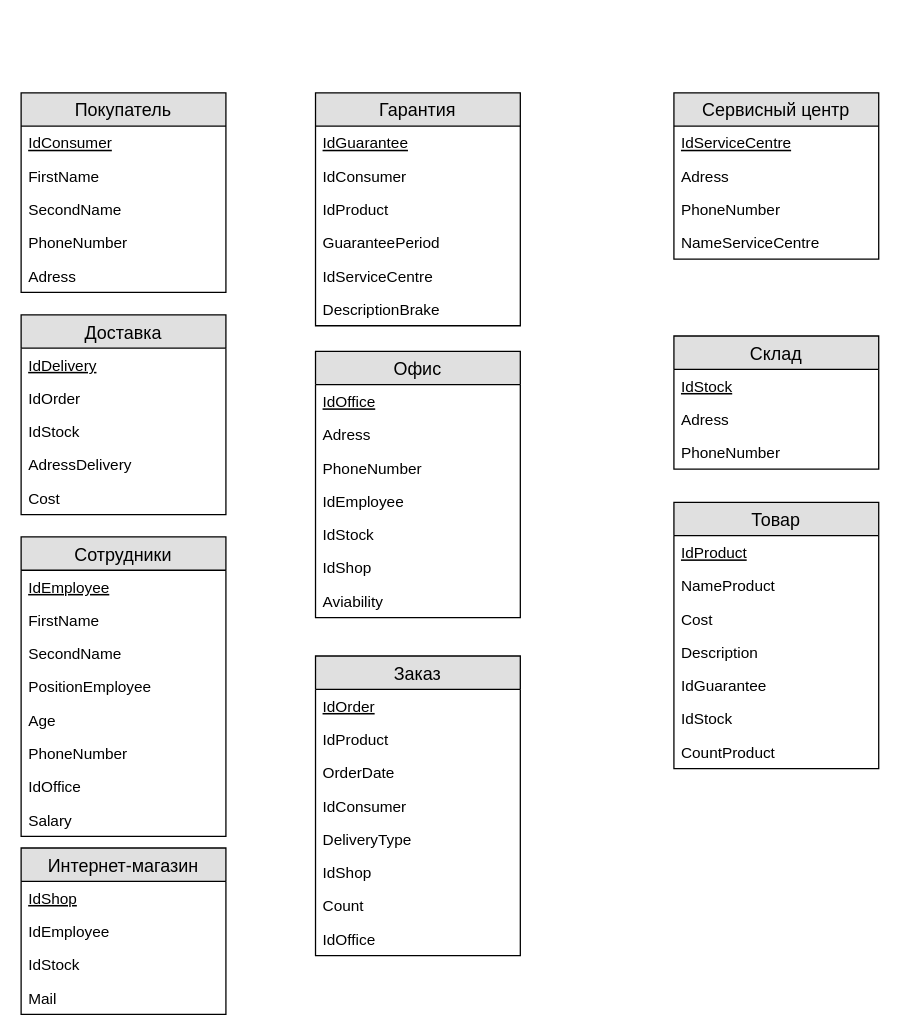
The draw.io diagram Untitled Diagram.drawio in janonsky/Pirozhok, before the edit. Source tidied: cells renumbered, new cells numbered last; positions are measured from the earlier drawing's top-left corner, leaving out a move shared by most shapes. Both pictures are drawn from the tidied source at 128%, with x=0, y=0 at pixel (20, 92).
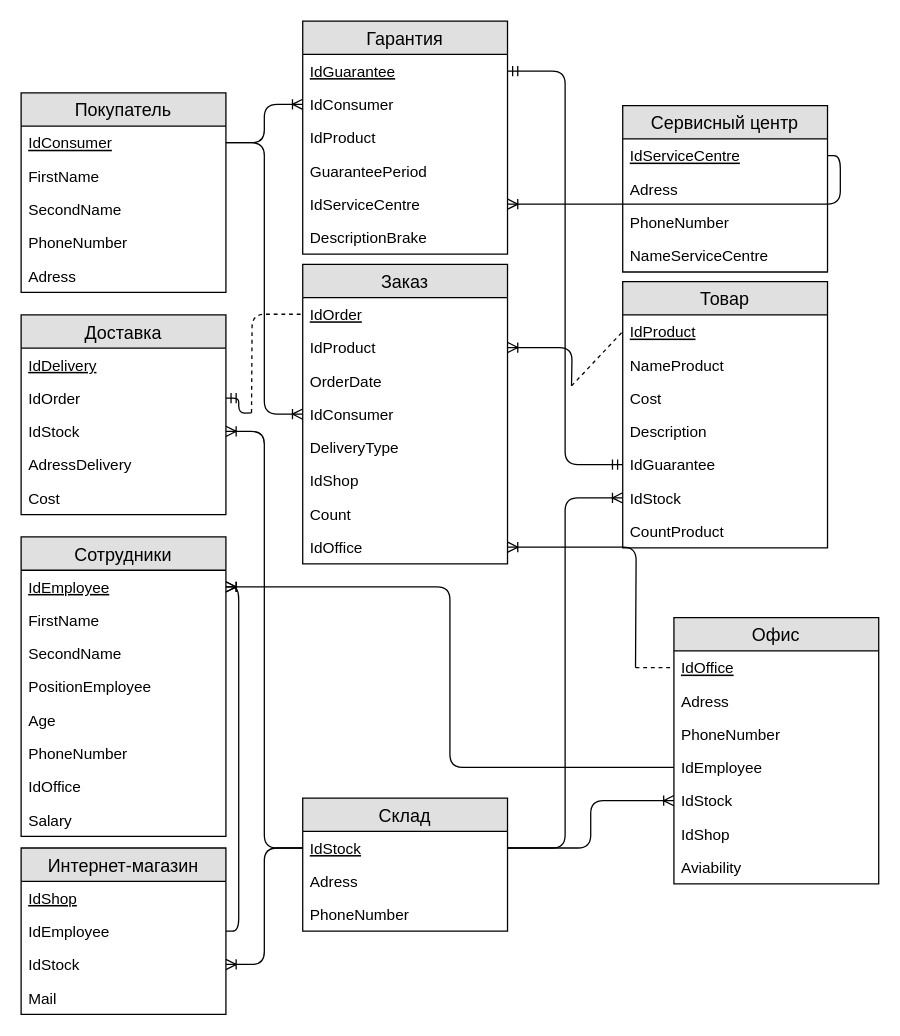
The same page after the edit.

The change refers to these unchanged cells:
```xml
<mxCell id="3" value="IdConsumer" style="text;strokeColor=none;fillColor=none;spacingLeft=4;spacingRight=4;overflow=hidden;points=[[0,0.5],[1,0.5]];portConstraint=eastwest;fontSize=12;fontStyle=4;" parent="2" vertex="1">
  <mxGeometry y="26" width="160" height="26" as="geometry" />
</mxCell>
<mxCell id="10" value="IdOrder" style="text;strokeColor=none;fillColor=none;spacingLeft=4;spacingRight=4;overflow=hidden;points=[[0,0.5],[1,0.5]];portConstraint=eastwest;fontSize=12;" parent="8" vertex="1">
  <mxGeometry y="52" width="160" height="26" as="geometry" />
</mxCell>
<mxCell id="11" value="IdStock" style="text;strokeColor=none;fillColor=none;spacingLeft=4;spacingRight=4;overflow=hidden;points=[[0,0.5],[1,0.5]];portConstraint=eastwest;fontSize=12;" parent="8" vertex="1">
  <mxGeometry y="78" width="160" height="26" as="geometry" />
</mxCell>
<mxCell id="15" value="IdEmployee" style="text;strokeColor=none;fillColor=none;spacingLeft=4;spacingRight=4;overflow=hidden;points=[[0,0.5],[1,0.5]];portConstraint=eastwest;fontSize=12;fontStyle=4;" parent="14" vertex="1">
  <mxGeometry y="26" width="160" height="26" as="geometry" />
</mxCell>
<mxCell id="25" value="IdEmployee" style="text;strokeColor=none;fillColor=none;spacingLeft=4;spacingRight=4;overflow=hidden;points=[[0,0.5],[1,0.5]];portConstraint=eastwest;fontSize=12;" parent="23" vertex="1">
  <mxGeometry y="52" width="160" height="26" as="geometry" />
</mxCell>
<mxCell id="26" value="IdStock" style="text;strokeColor=none;fillColor=none;spacingLeft=4;spacingRight=4;overflow=hidden;points=[[0,0.5],[1,0.5]];portConstraint=eastwest;fontSize=12;" parent="23" vertex="1">
  <mxGeometry y="78" width="160" height="26" as="geometry" />
</mxCell>
<mxCell id="29" value="IdProduct&#10;" style="text;strokeColor=none;fillColor=none;spacingLeft=4;spacingRight=4;overflow=hidden;points=[[0,0.5],[1,0.5]];portConstraint=eastwest;fontSize=12;fontStyle=4;" parent="28" vertex="1">
  <mxGeometry y="26" width="160" height="26" as="geometry" />
</mxCell>
<mxCell id="33" value="IdGuarantee" style="text;strokeColor=none;fillColor=none;spacingLeft=4;spacingRight=4;overflow=hidden;points=[[0,0.5],[1,0.5]];portConstraint=eastwest;fontSize=12;" parent="28" vertex="1">
  <mxGeometry y="130" width="160" height="26" as="geometry" />
</mxCell>
<mxCell id="34" value="IdStock" style="text;strokeColor=none;fillColor=none;spacingLeft=4;spacingRight=4;overflow=hidden;points=[[0,0.5],[1,0.5]];portConstraint=eastwest;fontSize=12;" parent="28" vertex="1">
  <mxGeometry y="156" width="160" height="26" as="geometry" />
</mxCell>
<mxCell id="37" value="IdOrder" style="text;strokeColor=none;fillColor=none;spacingLeft=4;spacingRight=4;overflow=hidden;points=[[0,0.5],[1,0.5]];portConstraint=eastwest;fontSize=12;fontStyle=4;" parent="36" vertex="1">
  <mxGeometry y="26" width="160" height="26" as="geometry" />
</mxCell>
<mxCell id="38" value="IdProduct" style="text;strokeColor=none;fillColor=none;spacingLeft=4;spacingRight=4;overflow=hidden;points=[[0,0.5],[1,0.5]];portConstraint=eastwest;fontSize=12;" parent="36" vertex="1">
  <mxGeometry y="52" width="160" height="26" as="geometry" />
</mxCell>
<mxCell id="40" value="IdConsumer" style="text;strokeColor=none;fillColor=none;spacingLeft=4;spacingRight=4;overflow=hidden;points=[[0,0.5],[1,0.5]];portConstraint=eastwest;fontSize=12;" parent="36" vertex="1">
  <mxGeometry y="104" width="160" height="26" as="geometry" />
</mxCell>
<mxCell id="44" value="IdOffice" style="text;strokeColor=none;fillColor=none;spacingLeft=4;spacingRight=4;overflow=hidden;points=[[0,0.5],[1,0.5]];portConstraint=eastwest;fontSize=12;" parent="36" vertex="1">
  <mxGeometry y="208" width="160" height="26" as="geometry" />
</mxCell>
<mxCell id="46" value="IdOffice" style="text;strokeColor=none;fillColor=none;spacingLeft=4;spacingRight=4;overflow=hidden;points=[[0,0.5],[1,0.5]];portConstraint=eastwest;fontSize=12;fontStyle=4;" parent="45" vertex="1">
  <mxGeometry y="26" width="160" height="26" as="geometry" />
</mxCell>
<mxCell id="49" value="IdEmployee" style="text;strokeColor=none;fillColor=none;spacingLeft=4;spacingRight=4;overflow=hidden;points=[[0,0.5],[1,0.5]];portConstraint=eastwest;fontSize=12;" parent="45" vertex="1">
  <mxGeometry y="104" width="160" height="26" as="geometry" />
</mxCell>
<mxCell id="50" value="IdStock" style="text;strokeColor=none;fillColor=none;spacingLeft=4;spacingRight=4;overflow=hidden;points=[[0,0.5],[1,0.5]];portConstraint=eastwest;fontSize=12;" parent="45" vertex="1">
  <mxGeometry y="130" width="160" height="26" as="geometry" />
</mxCell>
<mxCell id="54" value="IdGuarantee" style="text;strokeColor=none;fillColor=none;spacingLeft=4;spacingRight=4;overflow=hidden;points=[[0,0.5],[1,0.5]];portConstraint=eastwest;fontSize=12;fontStyle=4;" parent="53" vertex="1">
  <mxGeometry y="26" width="160" height="26" as="geometry" />
</mxCell>
<mxCell id="55" value="IdConsumer" style="text;strokeColor=none;fillColor=none;spacingLeft=4;spacingRight=4;overflow=hidden;points=[[0,0.5],[1,0.5]];portConstraint=eastwest;fontSize=12;" parent="53" vertex="1">
  <mxGeometry y="52" width="160" height="26" as="geometry" />
</mxCell>
<mxCell id="58" value="IdServiceCentre" style="text;strokeColor=none;fillColor=none;spacingLeft=4;spacingRight=4;overflow=hidden;points=[[0,0.5],[1,0.5]];portConstraint=eastwest;fontSize=12;" parent="53" vertex="1">
  <mxGeometry y="130" width="160" height="26" as="geometry" />
</mxCell>
<mxCell id="61" value="IdServiceCentre" style="text;strokeColor=none;fillColor=none;spacingLeft=4;spacingRight=4;overflow=hidden;points=[[0,0.5],[1,0.5]];portConstraint=eastwest;fontSize=12;fontStyle=4;" parent="60" vertex="1">
  <mxGeometry y="26" width="160" height="26" as="geometry" />
</mxCell>
<mxCell id="66" value="IdStock" style="text;strokeColor=none;fillColor=none;spacingLeft=4;spacingRight=4;overflow=hidden;points=[[0,0.5],[1,0.5]];portConstraint=eastwest;fontSize=12;fontStyle=4;" parent="65" vertex="1">
  <mxGeometry y="26" width="160" height="26" as="geometry" />
</mxCell>
```

What changed in the source:
```diff
@@
     <mxCell id="28" value="Товар" style="swimlane;fontStyle=0;horizontal=1;startSize=26;fillColor=#e0e0e0;swimlaneFillColor=#ffffff;align=center;fontSize=14;" parent="1" vertex="1">
-      <mxGeometry x="510" y="320" width="160" height="208" as="geometry" />
+      <mxGeometry x="470" y="147.5" width="160" height="208" as="geometry" />
     </mxCell>
@@
     <mxCell id="36" value="Заказ" style="swimlane;fontStyle=0;horizontal=1;startSize=26;fillColor=#e0e0e0;swimlaneFillColor=#ffffff;align=center;fontSize=14;" parent="1" vertex="1">
-      <mxGeometry x="230" y="440" width="160" height="234" as="geometry" />
+      <mxGeometry x="220" y="134" width="160" height="234" as="geometry" />
     </mxCell>
@@
     <mxCell id="45" value="Офис" style="swimlane;fontStyle=0;horizontal=1;startSize=26;fillColor=#e0e0e0;swimlaneFillColor=#ffffff;align=center;fontSize=14;" parent="1" vertex="1">
-      <mxGeometry x="230" y="202" width="160" height="208" as="geometry" />
+      <mxGeometry x="510" y="410" width="160" height="208" as="geometry" />
     </mxCell>
@@
     <mxCell id="53" value="Гарантия" style="swimlane;fontStyle=0;horizontal=1;startSize=26;fillColor=#e0e0e0;swimlaneFillColor=#ffffff;align=center;fontSize=14;" parent="1" vertex="1">
-      <mxGeometry x="230" width="160" height="182" as="geometry" />
+      <mxGeometry x="220" y="-56" width="160" height="182" as="geometry" />
     </mxCell>
@@
     <mxCell id="60" value="Сервисный центр" style="swimlane;fontStyle=0;horizontal=1;startSize=26;fillColor=#e0e0e0;swimlaneFillColor=#ffffff;align=center;fontSize=14;" parent="1" vertex="1">
-      <mxGeometry x="510" width="160" height="130" as="geometry" />
+      <mxGeometry x="470" y="10" width="160" height="130" as="geometry" />
     </mxCell>
@@
     <mxCell id="65" value="Склад" style="swimlane;fontStyle=0;horizontal=1;startSize=26;fillColor=#e0e0e0;swimlaneFillColor=#ffffff;align=center;fontSize=14;" parent="1" vertex="1">
-      <mxGeometry x="510" y="190" width="160" height="104" as="geometry" />
+      <mxGeometry x="220" y="551" width="160" height="104" as="geometry" />
     </mxCell>
@@
+    <mxCell id="69" style="endArrow=none;dashed=1;html=1;entryX=0;entryY=0.5;entryDx=0;entryDy=0;edgeStyle=orthogonalEdgeStyle;" parent="1" edge="1" target="37">
+      <mxGeometry relative="1" as="geometry">
+        <mxPoint x="180" y="250" as="sourcePoint" />
+      </mxGeometry>
+    </mxCell>
+    <mxCell id="70" style="edgeStyle=orthogonalEdgeStyle;fontSize=12;html=1;endArrow=ERmandOne;entryX=1;entryY=0.5;entryDx=0;entryDy=0;" parent="1" edge="1" target="10">
+      <mxGeometry relative="1" as="geometry">
+        <mxPoint x="180" y="250" as="sourcePoint" />
+      </mxGeometry>
+    </mxCell>
+    <mxCell id="71" style="edgeStyle=entityRelationEdgeStyle;fontSize=12;html=1;endArrow=ERoneToMany;entryX=0;entryY=0.5;entryDx=0;entryDy=0;exitX=1;exitY=0.5;exitDx=0;exitDy=0;" parent="1" edge="1" source="3" target="40">
+      <mxGeometry relative="1" as="geometry" />
+    </mxCell>
+    <mxCell id="72" style="edgeStyle=orthogonalEdgeStyle;fontSize=12;html=1;endArrow=ERoneToMany;entryX=1;entryY=0.5;entryDx=0;entryDy=0;" parent="1" edge="1" target="38">
+      <mxGeometry relative="1" as="geometry">
+        <mxPoint x="430" y="229" as="sourcePoint" />
+      </mxGeometry>
+    </mxCell>
+    <mxCell id="73" style="edgeStyle=orthogonalEdgeStyle;fontSize=12;html=1;endArrow=ERoneToMany;entryX=0;entryY=0.5;entryDx=0;entryDy=0;exitX=1;exitY=0.5;exitDx=0;exitDy=0;" parent="1" edge="1" source="3" target="55">
+      <mxGeometry relative="1" as="geometry" />
+    </mxCell>
+    <mxCell id="74" style="endArrow=none;dashed=1;html=1;entryX=0;entryY=0.5;entryDx=0;entryDy=0;" parent="1" edge="1" target="29">
+      <mxGeometry relative="1" as="geometry">
+        <mxPoint x="430" y="229" as="sourcePoint" />
+      </mxGeometry>
+    </mxCell>
+    <mxCell id="75" style="edgeStyle=orthogonalEdgeStyle;fontSize=12;html=1;endArrow=ERmandOne;startArrow=ERmandOne;entryX=0;entryY=0.5;entryDx=0;entryDy=0;exitX=1;exitY=0.5;exitDx=0;exitDy=0;" parent="1" edge="1" source="54" target="33">
+      <mxGeometry relative="1" as="geometry" />
+    </mxCell>
+    <mxCell id="76" style="edgeStyle=orthogonalEdgeStyle;fontSize=12;html=1;endArrow=ERoneToMany;exitX=1;exitY=0.5;exitDx=0;exitDy=0;entryX=0;entryY=0.5;entryDx=0;entryDy=0;" parent="1" edge="1" source="66" target="34">
+      <mxGeometry relative="1" as="geometry" />
+    </mxCell>
+    <mxCell id="77" style="edgeStyle=orthogonalEdgeStyle;fontSize=12;html=1;endArrow=ERoneToMany;entryX=1;entryY=0.5;entryDx=0;entryDy=0;exitX=1;exitY=0.5;exitDx=0;exitDy=0;" parent="1" edge="1" source="61" target="58">
+      <mxGeometry relative="1" as="geometry" />
+    </mxCell>
+    <mxCell id="78" style="edgeStyle=orthogonalEdgeStyle;fontSize=12;html=1;endArrow=ERoneToMany;entryX=1;entryY=0.5;entryDx=0;entryDy=0;exitX=0;exitY=0.5;exitDx=0;exitDy=0;" parent="1" edge="1" source="66" target="11">
+      <mxGeometry relative="1" as="geometry" />
+    </mxCell>
+    <mxCell id="79" style="edgeStyle=orthogonalEdgeStyle;fontSize=12;html=1;endArrow=ERoneToMany;entryX=0;entryY=0.5;entryDx=0;entryDy=0;exitX=1;exitY=0.5;exitDx=0;exitDy=0;" parent="1" edge="1" source="66" target="50">
+      <mxGeometry relative="1" as="geometry" />
+    </mxCell>
+    <mxCell id="80" style="edgeStyle=orthogonalEdgeStyle;fontSize=12;html=1;endArrow=ERoneToMany;entryX=1;entryY=0.5;entryDx=0;entryDy=0;exitX=0;exitY=0.5;exitDx=0;exitDy=0;" parent="1" edge="1" source="66" target="26">
+      <mxGeometry relative="1" as="geometry" />
+    </mxCell>
+    <mxCell id="81" style="edgeStyle=orthogonalEdgeStyle;fontSize=12;html=1;endArrow=ERoneToMany;entryX=1;entryY=0.5;entryDx=0;entryDy=0;" parent="1" edge="1" target="44">
+      <mxGeometry relative="1" as="geometry">
+        <mxPoint x="480" y="449" as="sourcePoint" />
+      </mxGeometry>
+    </mxCell>
+    <mxCell id="82" style="endArrow=none;dashed=1;html=1;entryX=0;entryY=0.5;entryDx=0;entryDy=0;" parent="1" edge="1" target="46">
+      <mxGeometry relative="1" as="geometry">
+        <mxPoint x="480" y="449" as="sourcePoint" />
+      </mxGeometry>
+    </mxCell>
+    <mxCell id="83" style="edgeStyle=orthogonalEdgeStyle;fontSize=12;html=1;endArrow=ERoneToMany;exitX=1;exitY=0.5;exitDx=0;exitDy=0;entryX=1;entryY=0.5;entryDx=0;entryDy=0;" parent="1" edge="1" source="25" target="15">
+      <mxGeometry relative="1" as="geometry" />
+    </mxCell>
+    <mxCell id="84" style="edgeStyle=orthogonalEdgeStyle;fontSize=12;html=1;endArrow=ERoneToMany;exitX=0;exitY=0.5;exitDx=0;exitDy=0;entryX=1;entryY=0.5;entryDx=0;entryDy=0;" parent="1" edge="1" source="49" target="15">
+      <mxGeometry relative="1" as="geometry" />
+    </mxCell>
```
